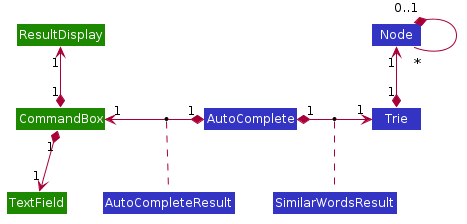
This is docs/images/CommandAutocompleteClassDiagram.png from nus-cs2103-AY1920S2/addressbook-level3, a PlantUML export, as it was before one commit.
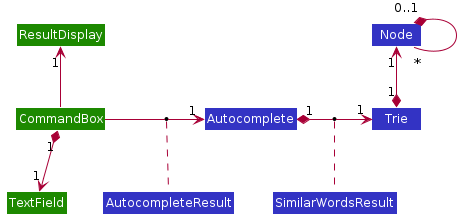
Later version of the same file.

Diff of the diagram source:
```diff
@@ -51,18 +51,18 @@
 Class CommandBox #1D8900
 Class TextField #1D8900
 Class ResultDisplay #1D8900
-Class AutoComplete #3333C4
+Class Autocomplete #3333C4
 Class Trie #3333C4
 Class Node #3333C4
 Class SimilarWordsResult #3333C4
-Class AutoCompleteResult #3333C4
+Class AutocompleteResult #3333C4
 
 CommandBox "1" *-down-> "1" TextField
-CommandBox "1" *-up-> "1" ResultDisplay
-CommandBox "1" *-left-> "1" AutoComplete
-(CommandBox, AutoComplete) .. AutoCompleteResult
-AutoComplete "1" *-right-> "1" Trie
-(AutoComplete, Trie) .. SimilarWordsResult
+CommandBox -up-> "1" ResultDisplay
+CommandBox -right-> "1" Autocomplete
+(CommandBox, Autocomplete) .. AutocompleteResult
+Autocomplete "1" *-right-> "1" Trie
+(Autocomplete, Trie) .. SimilarWordsResult
 Trie "1" *-up-> "1" Node
 Node "0..1" *-- "*" Node
 
```
